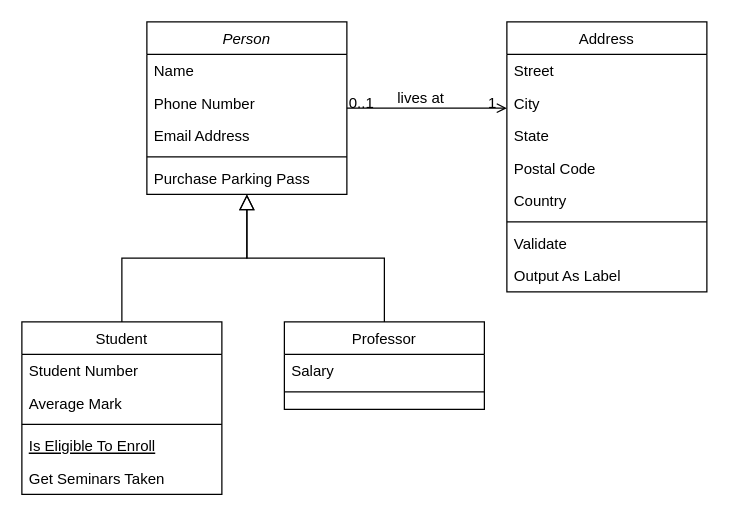
The draw.io diagram kitcher-restaurant-service.drawio in AntonSkyrda/kitcher-restaurant-service, before the edit. Source tidied: cells renumbered, new cells numbered last; positions are measured from the earlier drawing's top-left corner, leaving out a move shared by most shapes. Both pictures are drawn from the tidied source at 125%, with x=0, y=0 at pixel (21, 21).
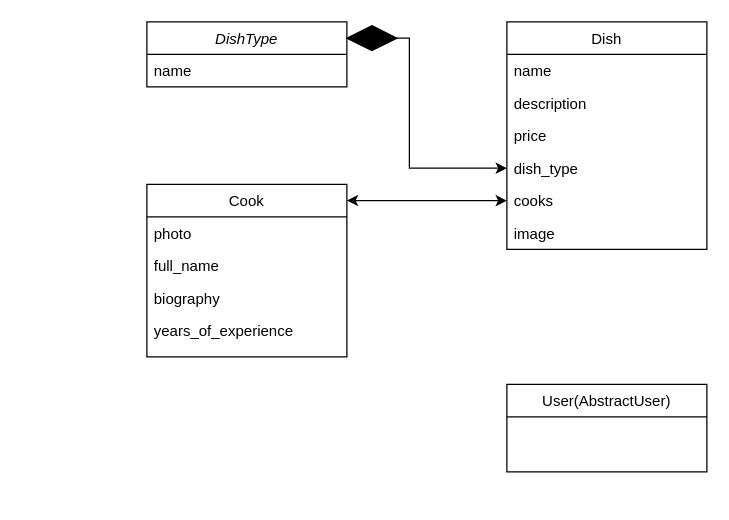
The same diagram, later.

The edit, as a diff of the source:
```diff
@@
+    <mxCell id="32" style="edgeStyle=orthogonalEdgeStyle;rounded=0;jettySize=auto;html=1;exitX=1;exitY=0.25;exitDx=0;exitDy=0;entryX=0;entryY=0.5;entryDx=0;entryDy=0;" parent="1" edge="1" source="36" target="23">
+      <mxGeometry relative="1" as="geometry">
+        <Array as="points">
+          <mxPoint x="310" y="13" />
+          <mxPoint x="310" y="117" />
+        </Array>
+      </mxGeometry>
+    </mxCell>
-    <mxCell id="2" value="Person" style="swimlane;fontStyle=2;align=center;verticalAlign=top;horizontal=1;startSize=26;rounded=0;shadow=0;strokeWidth=1;" parent="1" vertex="1">
-      <mxGeometry x="100" width="160" height="138" as="geometry" />
+    <mxCell id="2" value="DishType" style="swimlane;fontStyle=2;align=center;verticalAlign=top;horizontal=1;startSize=26;rounded=0;shadow=0;strokeWidth=1;" parent="1" vertex="1">
+      <mxGeometry x="100" width="160" height="52" as="geometry" />
     </mxCell>
-    <mxCell id="3" value="Name" style="text;align=left;verticalAlign=top;spacingLeft=4;spacingRight=4;overflow=hidden;" parent="2" vertex="1">
+    <mxCell id="3" value="name" style="text;align=left;verticalAlign=top;spacingLeft=4;spacingRight=4;overflow=hidden;" parent="2" vertex="1">
       <mxGeometry y="26" width="160" height="26" as="geometry" />
     </mxCell>
-    <mxCell id="4" value="Phone Number" style="text;align=left;verticalAlign=top;spacingLeft=4;spacingRight=4;overflow=hidden;rounded=0;shadow=0;html=0;" parent="2" vertex="1">
-      <mxGeometry y="52" width="160" height="26" as="geometry" />
-    </mxCell>
-    <mxCell id="5" value="Email Address" style="text;align=left;verticalAlign=top;spacingLeft=4;spacingRight=4;overflow=hidden;rounded=0;shadow=0;html=0;" parent="2" vertex="1">
-      <mxGeometry y="78" width="160" height="26" as="geometry" />
-    </mxCell>
-    <mxCell id="6" style="line;html=1;strokeWidth=1;align=left;verticalAlign=middle;spacingTop=-1;spacingLeft=3;spacingRight=3;labelPosition=right;" parent="2" vertex="1">
-      <mxGeometry y="104" width="160" height="8" as="geometry" />
-    </mxCell>
-    <mxCell id="7" value="Purchase Parking Pass" style="text;align=left;verticalAlign=top;spacingLeft=4;spacingRight=4;overflow=hidden;" parent="2" vertex="1">
-      <mxGeometry y="112" width="160" height="26" as="geometry" />
-    </mxCell>
-    <mxCell id="8" value="Student" style="swimlane;fontStyle=0;align=center;verticalAlign=top;horizontal=1;startSize=26;rounded=0;shadow=0;strokeWidth=1;" parent="1" vertex="1">
-      <mxGeometry y="240" width="160" height="138" as="geometry" />
+    <mxCell id="8" value="Cook" style="swimlane;fontStyle=0;align=center;verticalAlign=top;horizontal=1;startSize=26;rounded=0;shadow=0;strokeWidth=1;" parent="1" vertex="1">
+      <mxGeometry x="100" y="130" width="160" height="138" as="geometry" />
     </mxCell>
-    <mxCell id="9" value="Student Number" style="text;align=left;verticalAlign=top;spacingLeft=4;spacingRight=4;overflow=hidden;" parent="8" vertex="1">
+    <mxCell id="9" value="photo" style="text;align=left;verticalAlign=top;spacingLeft=4;spacingRight=4;overflow=hidden;" parent="8" vertex="1">
       <mxGeometry y="26" width="160" height="26" as="geometry" />
     </mxCell>
-    <mxCell id="10" value="Average Mark" style="text;align=left;verticalAlign=top;spacingLeft=4;spacingRight=4;overflow=hidden;rounded=0;shadow=0;html=0;" parent="8" vertex="1">
+    <mxCell id="10" value="full_name" style="text;align=left;verticalAlign=top;spacingLeft=4;spacingRight=4;overflow=hidden;rounded=0;shadow=0;html=0;" parent="8" vertex="1">
       <mxGeometry y="52" width="160" height="26" as="geometry" />
     </mxCell>
-    <mxCell id="11" style="line;html=1;strokeWidth=1;align=left;verticalAlign=middle;spacingTop=-1;spacingLeft=3;spacingRight=3;labelPosition=right;" parent="8" vertex="1">
-      <mxGeometry y="78" width="160" height="8" as="geometry" />
-    </mxCell>
-    <mxCell id="12" value="Is Eligible To Enroll" style="text;align=left;verticalAlign=top;spacingLeft=4;spacingRight=4;overflow=hidden;fontStyle=4;" parent="8" vertex="1">
-      <mxGeometry y="86" width="160" height="26" as="geometry" />
-    </mxCell>
-    <mxCell id="13" value="Get Seminars Taken" style="text;align=left;verticalAlign=top;spacingLeft=4;spacingRight=4;overflow=hidden;" parent="8" vertex="1">
-      <mxGeometry y="112" width="160" height="26" as="geometry" />
-    </mxCell>
-    <mxCell id="14" style="endArrow=block;endSize=10;endFill=0;shadow=0;strokeWidth=1;rounded=0;curved=0;edgeStyle=elbowEdgeStyle;elbow=vertical;" parent="1" edge="1" source="8" target="2">
-      <mxGeometry relative="1" as="geometry" />
-    </mxCell>
+    <mxCell id="33" value="biography" style="text;align=left;verticalAlign=top;spacingLeft=4;spacingRight=4;overflow=hidden;rounded=0;shadow=0;html=0;" parent="8" vertex="1">
+      <mxGeometry y="78" width="160" height="26" as="geometry" />
+    </mxCell>
+    <mxCell id="34" value="years_of_experience" style="text;align=left;verticalAlign=top;spacingLeft=4;spacingRight=4;overflow=hidden;rounded=0;shadow=0;html=0;" parent="8" vertex="1">
+      <mxGeometry y="104" width="160" height="26" as="geometry" />
+    </mxCell>
-    <mxCell id="15" value="Professor" style="swimlane;fontStyle=0;align=center;verticalAlign=top;horizontal=1;startSize=26;rounded=0;shadow=0;strokeWidth=1;" parent="1" vertex="1">
-      <mxGeometry x="210" y="240" width="160" height="70" as="geometry" />
+    <mxCell id="15" value="User(AbstractUser)" style="swimlane;fontStyle=0;align=center;verticalAlign=top;horizontal=1;startSize=26;rounded=0;shadow=0;strokeWidth=1;" parent="1" vertex="1">
+      <mxGeometry x="388" y="290" width="160" height="70" as="geometry" />
     </mxCell>
-    <mxCell id="16" value="Salary" style="text;align=left;verticalAlign=top;spacingLeft=4;spacingRight=4;overflow=hidden;" parent="15" vertex="1">
-      <mxGeometry y="26" width="160" height="26" as="geometry" />
-    </mxCell>
-    <mxCell id="17" style="line;html=1;strokeWidth=1;align=left;verticalAlign=middle;spacingTop=-1;spacingLeft=3;spacingRight=3;labelPosition=right;" parent="15" vertex="1">
-      <mxGeometry y="52" width="160" height="8" as="geometry" />
-    </mxCell>
-    <mxCell id="18" style="endArrow=block;endSize=10;endFill=0;shadow=0;strokeWidth=1;rounded=0;curved=0;edgeStyle=elbowEdgeStyle;elbow=vertical;" parent="1" edge="1" source="15" target="2">
-      <mxGeometry relative="1" as="geometry" />
-    </mxCell>
-    <mxCell id="19" value="Address" style="swimlane;fontStyle=0;align=center;verticalAlign=top;horizontal=1;startSize=26;rounded=0;shadow=0;strokeWidth=1;" parent="1" vertex="1">
-      <mxGeometry x="388" width="160" height="216" as="geometry" />
+    <mxCell id="19" value="Dish" style="swimlane;fontStyle=0;align=center;verticalAlign=top;horizontal=1;startSize=26;rounded=0;shadow=0;strokeWidth=1;" parent="1" vertex="1">
+      <mxGeometry x="388" width="160" height="182" as="geometry" />
     </mxCell>
-    <mxCell id="20" value="Street" style="text;align=left;verticalAlign=top;spacingLeft=4;spacingRight=4;overflow=hidden;" parent="19" vertex="1">
+    <mxCell id="20" value="name" style="text;align=left;verticalAlign=top;spacingLeft=4;spacingRight=4;overflow=hidden;" parent="19" vertex="1">
       <mxGeometry y="26" width="160" height="26" as="geometry" />
     </mxCell>
-    <mxCell id="21" value="City" style="text;align=left;verticalAlign=top;spacingLeft=4;spacingRight=4;overflow=hidden;rounded=0;shadow=0;html=0;" parent="19" vertex="1">
+    <mxCell id="21" value="description" style="text;align=left;verticalAlign=top;spacingLeft=4;spacingRight=4;overflow=hidden;rounded=0;shadow=0;html=0;" parent="19" vertex="1">
       <mxGeometry y="52" width="160" height="26" as="geometry" />
     </mxCell>
-    <mxCell id="22" value="State" style="text;align=left;verticalAlign=top;spacingLeft=4;spacingRight=4;overflow=hidden;rounded=0;shadow=0;html=0;" parent="19" vertex="1">
+    <mxCell id="22" value="price" style="text;align=left;verticalAlign=top;spacingLeft=4;spacingRight=4;overflow=hidden;rounded=0;shadow=0;html=0;" parent="19" vertex="1">
       <mxGeometry y="78" width="160" height="26" as="geometry" />
     </mxCell>
-    <mxCell id="23" value="Postal Code" style="text;align=left;verticalAlign=top;spacingLeft=4;spacingRight=4;overflow=hidden;points=[[0,0.5],[1,0.5]];portConstraint=eastwest;rounded=0;shadow=0;html=0;" parent="19" vertex="1">
+    <mxCell id="23" value="dish_type" style="text;align=left;verticalAlign=top;spacingLeft=4;spacingRight=4;overflow=hidden;points=[[0,0.5],[1,0.5]];portConstraint=eastwest;rounded=0;shadow=0;html=0;" parent="19" vertex="1">
       <mxGeometry y="104" width="160" height="26" as="geometry" />
     </mxCell>
-    <mxCell id="24" value="Country" style="text;align=left;verticalAlign=top;spacingLeft=4;spacingRight=4;overflow=hidden;points=[[0,0.5],[1,0.5]];portConstraint=eastwest;rounded=0;shadow=0;html=0;" parent="19" vertex="1">
+    <mxCell id="24" value="cooks" style="text;align=left;verticalAlign=top;spacingLeft=4;spacingRight=4;overflow=hidden;points=[[0,0.5],[1,0.5]];portConstraint=eastwest;rounded=0;shadow=0;html=0;" parent="19" vertex="1">
       <mxGeometry y="130" width="160" height="26" as="geometry" />
     </mxCell>
-    <mxCell id="25" style="line;html=1;strokeWidth=1;align=left;verticalAlign=middle;spacingTop=-1;spacingLeft=3;spacingRight=3;labelPosition=right;" parent="19" vertex="1">
-      <mxGeometry y="156" width="160" height="8" as="geometry" />
-    </mxCell>
-    <mxCell id="26" value="Validate" style="text;align=left;verticalAlign=top;spacingLeft=4;spacingRight=4;overflow=hidden;" parent="19" vertex="1">
-      <mxGeometry y="164" width="160" height="26" as="geometry" />
+    <mxCell id="26" value="image" style="text;align=left;verticalAlign=top;spacingLeft=4;spacingRight=4;overflow=hidden;" parent="19" vertex="1">
+      <mxGeometry y="156" width="160" height="26" as="geometry" />
     </mxCell>
-    <mxCell id="27" value="Output As Label" style="text;align=left;verticalAlign=top;spacingLeft=4;spacingRight=4;overflow=hidden;" parent="19" vertex="1">
-      <mxGeometry y="190" width="160" height="26" as="geometry" />
-    </mxCell>
-    <mxCell id="28" style="endArrow=open;shadow=0;strokeWidth=1;rounded=0;curved=0;endFill=1;edgeStyle=elbowEdgeStyle;elbow=vertical;" parent="1" edge="1" source="2" target="19">
-      <mxGeometry x="0.5" y="41" relative="1" as="geometry">
-        <mxPoint x="-40" y="32" as="offset" />
-      </mxGeometry>
-    </mxCell>
-    <mxCell id="29" value="0..1" style="align=left;verticalAlign=bottom;labelBackgroundColor=none;fontSize=12;" parent="28" vertex="1">
-      <mxGeometry x="-1" relative="1" as="geometry">
-        <mxPoint y="4" as="offset" />
-      </mxGeometry>
-    </mxCell>
-    <mxCell id="30" value="1" style="align=right;verticalAlign=bottom;labelBackgroundColor=none;fontSize=12;" parent="28" vertex="1">
-      <mxGeometry x="1" relative="1" as="geometry">
-        <mxPoint x="-7" y="4" as="offset" />
-      </mxGeometry>
-    </mxCell>
-    <mxCell id="31" value="lives at" style="text;html=1;align=center;verticalAlign=middle;labelBackgroundColor=none;rounded=0;shadow=0;strokeWidth=1;fontSize=12;" parent="28" vertex="1">
-      <mxGeometry x="0.5" y="49" relative="1" as="geometry">
-        <mxPoint x="-38" y="40" as="offset" />
-      </mxGeometry>
-    </mxCell>
+    <mxCell id="35" style="edgeStyle=orthogonalEdgeStyle;rounded=0;jettySize=auto;html=1;exitX=1;exitY=0.25;exitDx=0;exitDy=0;entryX=0;entryY=0.5;entryDx=0;entryDy=0;" parent="1" edge="1" source="2" target="36">
+      <mxGeometry relative="1" as="geometry" />
+    </mxCell>
+    <mxCell id="36" style="rhombus;whiteSpace=wrap;html=1;fillColor=#000000;" parent="1" vertex="1">
+      <mxGeometry x="260" y="3" width="40" height="20" as="geometry" />
+    </mxCell>
+    <mxCell id="37" style="endArrow=classic;startArrow=classic;html=1;rounded=0;entryX=0;entryY=0.5;entryDx=0;entryDy=0;exitX=1;exitY=0.094;exitDx=0;exitDy=0;exitPerimeter=0;" parent="1" edge="1" source="8" target="24">
+      <mxGeometry relative="1" as="geometry" />
+    </mxCell>
```
